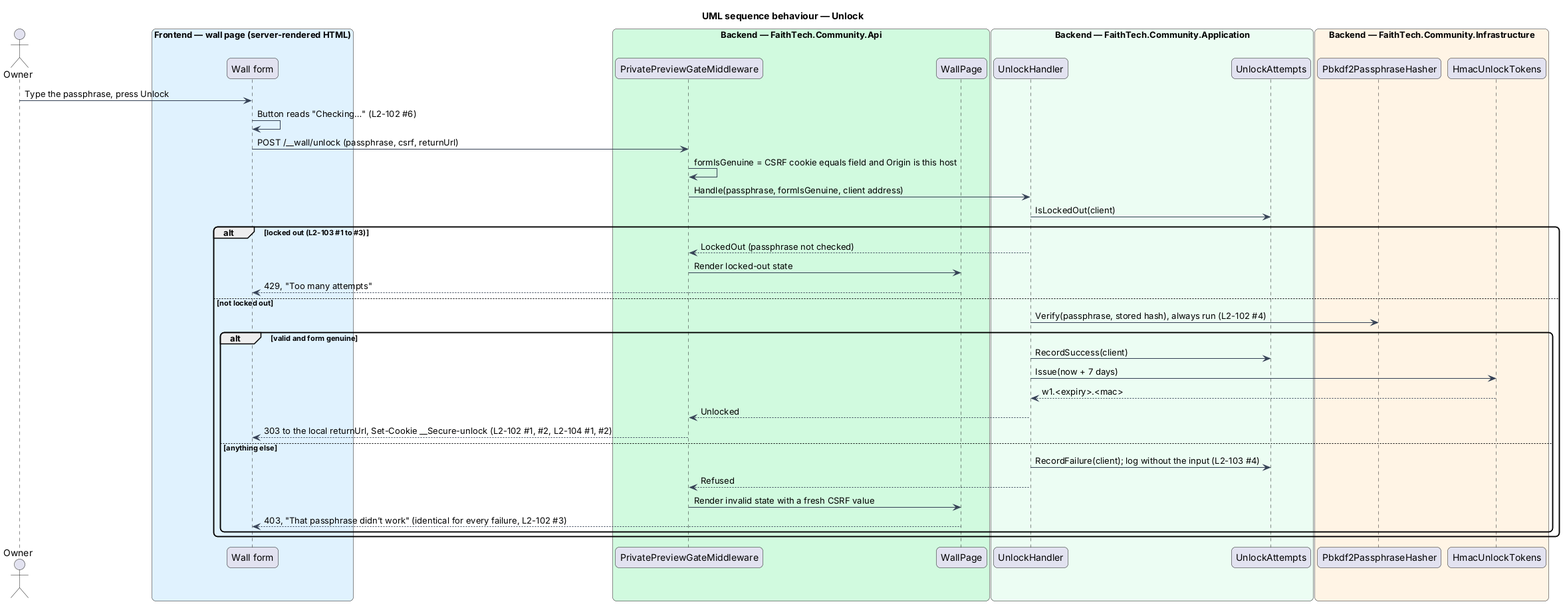
Above: docs/detailed-designs/platform/private-preview-wall/diagrams/sequence-unlock.png in QuinntyneBrown/faithtech-community (PlantUML), before the change. Source of this version:
```plantuml
@startuml
title UML sequence behaviour — Unlock
skinparam backgroundColor #FFFFFF
skinparam shadowing false
skinparam roundcorner 12
skinparam defaultFontName Arial
skinparam ArrowColor #344054
actor "Owner" as actor
box "Frontend — wall page (server-rendered HTML)" #E0F2FE
  participant "Wall form" as form
end box
box "Backend — FaithTech.Community.Api" #D1FADF
  participant "PrivatePreviewGateMiddleware" as gate
  participant "WallPage" as page
end box
box "Backend — FaithTech.Community.Application" #ECFDF3
  participant "UnlockHandler" as handler
  participant "UnlockAttempts" as attempts
end box
box "Backend — FaithTech.Community.Infrastructure" #FFF4E5
  participant "Pbkdf2PassphraseHasher" as hasher
  participant "HmacUnlockTokens" as tokens
end box
actor -> form : Type the passphrase, press Unlock
form -> form : Button reads "Checking…" (L2-102 #6)
form -> gate : POST /__wall/unlock (passphrase, csrf, returnUrl)
gate -> gate : formIsGenuine = CSRF cookie equals field and Origin is this host
gate -> handler : Handle(passphrase, formIsGenuine, client address)
handler -> attempts : IsLockedOut(client)
alt locked out (L2-103 #1 to #3)
  handler --> gate : LockedOut (passphrase not checked)
  gate -> page : Render locked-out state
  page --> form : 429, "Too many attempts"
else not locked out
  handler -> hasher : Verify(passphrase, stored hash), always run (L2-102 #4)
  alt valid and form genuine
    handler -> attempts : RecordSuccess(client)
    handler -> tokens : Issue(now + 7 days)
    tokens --> handler : w1.<expiry>.<mac>
    handler --> gate : Unlocked
    gate --> form : 303 to the local returnUrl, Set-Cookie __Secure-unlock (L2-102 #1, #2, L2-104 #1, #2)
  else anything else
    handler -> attempts : RecordFailure(client); log without the input (L2-103 #4)
    handler --> gate : Refused
    gate -> page : Render invalid state with a fresh CSRF value
    page --> form : 403, "That passphrase didn’t work" (identical for every failure, L2-102 #3)
  end
end
@enduml
```
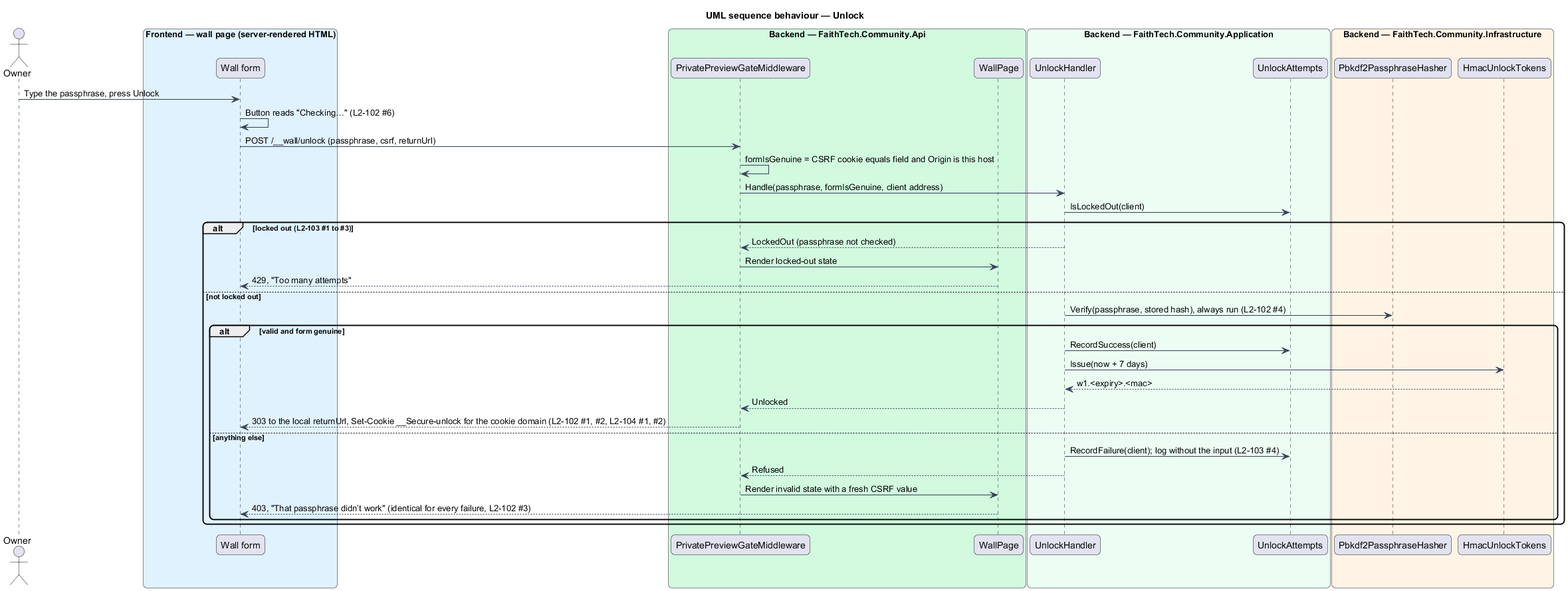
Above is the later version.

Diff of the diagram source:
```diff
@@ -38,7 +38,7 @@
     handler -> tokens : Issue(now + 7 days)
     tokens --> handler : w1.<expiry>.<mac>
     handler --> gate : Unlocked
-    gate --> form : 303 to the local returnUrl, Set-Cookie __Secure-unlock (L2-102 #1, #2, L2-104 #1, #2)
+    gate --> form : 303 to the local returnUrl, Set-Cookie __Secure-unlock for the cookie domain (L2-102 #1, #2, L2-104 #1, #2)
   else anything else
     handler -> attempts : RecordFailure(client); log without the input (L2-103 #4)
     handler --> gate : Refused
```
